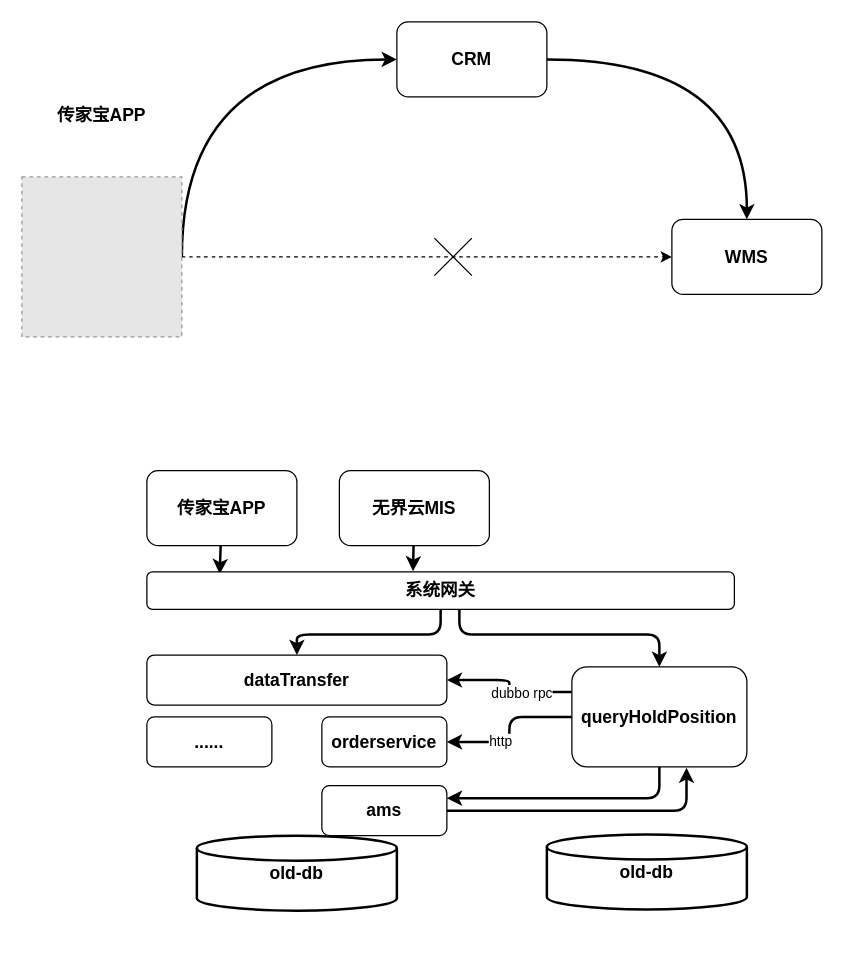
Before: Untitled Diagram.drawio in jmy99527/chapter1, a draw.io diagram. Source tidied: cells renumbered, new cells numbered last; positions are measured from the earlier drawing's top-left corner, leaving out a move shared by most shapes. Both pictures are drawn from the tidied source at 125%, with x=0, y=0 at pixel (21, 21). Pictures stored in the file or linked from it are replaced by grey dashed boxes.
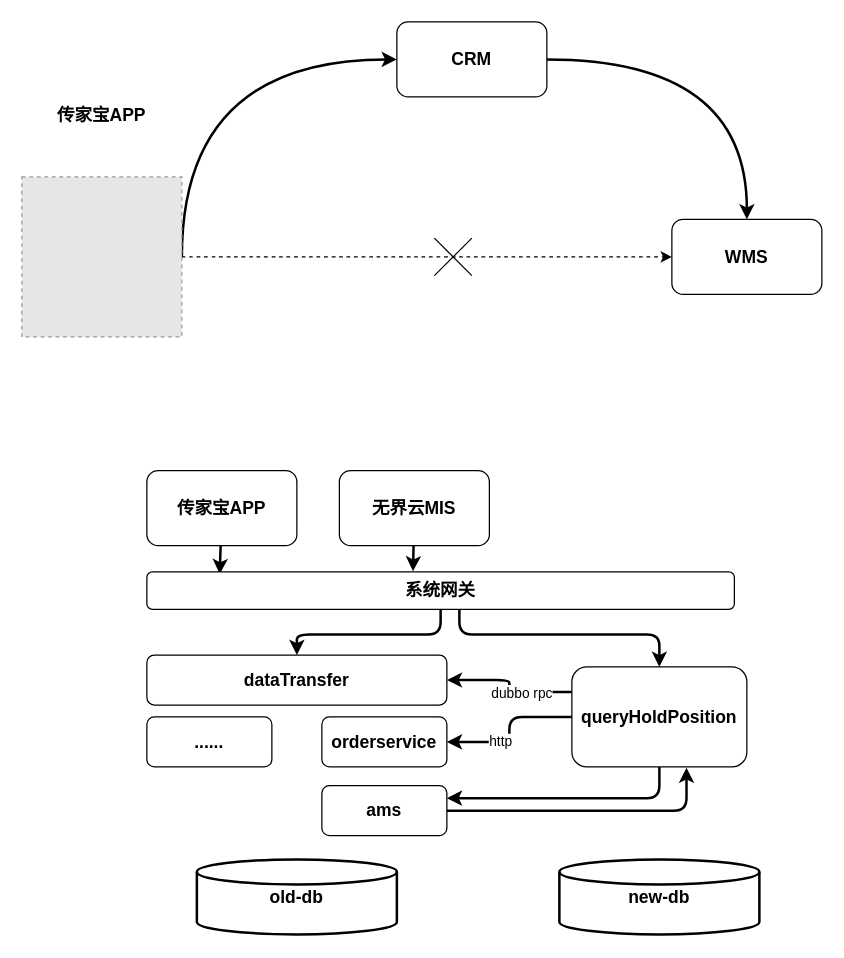
The same diagram, later.

Diff of the diagram source:
```diff
@@
     <mxCell id="26" value="&lt;b style=&quot;font-size: 14px&quot;&gt;old-db&lt;/b&gt;" style="strokeWidth=2;html=1;shape=mxgraph.flowchart.database;whiteSpace=wrap;" parent="1" vertex="1">
-      <mxGeometry x="140" y="651" width="160" height="60" as="geometry" />
+      <mxGeometry x="140" y="670" width="160" height="60" as="geometry" />
     </mxCell>
-    <mxCell id="27" value="&lt;b style=&quot;font-size: 14px&quot;&gt;old-db&lt;/b&gt;" style="strokeWidth=2;html=1;shape=mxgraph.flowchart.database;whiteSpace=wrap;" parent="1" vertex="1">
-      <mxGeometry x="420" y="650" width="160" height="60" as="geometry" />
+    <mxCell id="27" value="&lt;b style=&quot;font-size: 14px&quot;&gt;new-db&lt;/b&gt;" style="strokeWidth=2;html=1;shape=mxgraph.flowchart.database;whiteSpace=wrap;" parent="1" vertex="1">
+      <mxGeometry x="430" y="670" width="160" height="60" as="geometry" />
     </mxCell>
```
